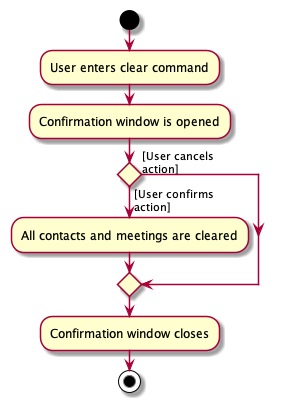
Earlier version of the PlantUML export docs/images/ClearActivityDiagram.png (tonishka/tp).
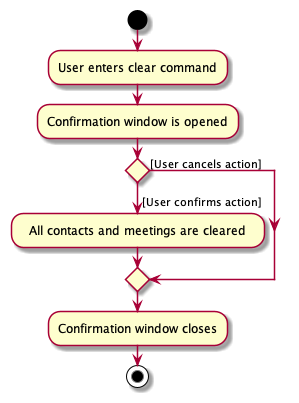
Later version of the same file.

Commit message:
Upload new clear activity diagram

What changed in the source:
```diff
@@ -3,11 +3,10 @@
 start
 :User enters clear command;
 :Confirmation window is opened;
-if () then ([User confirms
-action])
-  :All contacts and meetings are cleared;
-else ([User cancels
-action])
+if () then (
+[User confirms action])
+  :  All contacts and meetings are cleared  ;
+else ([User cancels action])
 endif
 :Confirmation window closes;
 stop
```
